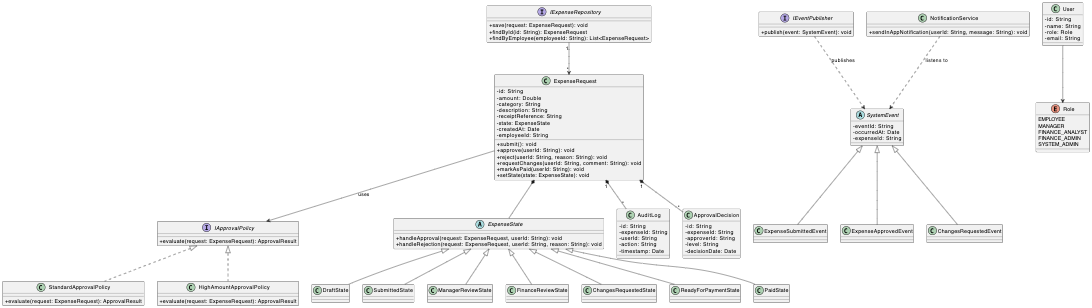
Before: docs/uml/class_diagram.png, a diagram exported from PlantUML (Paula-C3/ExpenseFlow-Proyecto). Its source is kept beside it as docs/uml/class_diagram.puml. Its diagram source:
```plantuml
@startuml
skinparam classAttributeIconSize 0

interface IExpenseRepository {
  + save(request: ExpenseRequest): void
  + findById(id: String): ExpenseRequest
  + findByEmployee(employeeId: String): List<ExpenseRequest>
}

interface IEventPublisher {
  + publish(event: SystemEvent): void
}

interface IApprovalPolicy {
  + evaluate(request: ExpenseRequest): ApprovalResult
}

class StandardApprovalPolicy implements IApprovalPolicy {
  + evaluate(request: ExpenseRequest): ApprovalResult
}

class HighAmountApprovalPolicy implements IApprovalPolicy {
  + evaluate(request: ExpenseRequest): ApprovalResult
}

class User {
  - id: String
  - name: String
  - role: Role
  - email: String
}

enum Role {
  EMPLOYEE
  MANAGER
  FINANCE_ANALYST
  FINANCE_ADMIN
  SYSTEM_ADMIN
}

class ExpenseRequest {
  - id: String
  - amount: Double
  - category: String
  - description: String
  - receiptReference: String
  - state: ExpenseState
  - createdAt: Date
  - employeeId: String
  + submit(): void
  + approve(userId: String): void
  + reject(userId: String, reason: String): void
  + requestChanges(userId: String, comment: String): void
  + markAsPaid(userId: String): void
  + setState(state: ExpenseState): void
}

abstract class ExpenseState {
  + handleApproval(request: ExpenseRequest, userId: String): void
  + handleRejection(request: ExpenseRequest, userId: String, reason: String): void
}

class DraftState extends ExpenseState
class SubmittedState extends ExpenseState
class ManagerReviewState extends ExpenseState
class FinanceReviewState extends ExpenseState
class ChangesRequestedState extends ExpenseState
class ReadyForPaymentState extends ExpenseState
class PaidState extends ExpenseState

abstract class SystemEvent {
  - eventId: String
  - occurredAt: Date
  - expenseId: String
}

class ExpenseSubmittedEvent extends SystemEvent
class ExpenseApprovedEvent extends SystemEvent
class ChangesRequestedEvent extends SystemEvent

class NotificationService {
  + sendInAppNotification(userId: String, message: String): void
}

class AuditLog {
  - id: String
  - expenseId: String
  - userId: String
  - action: String
  - timestamp: Date
}

class ApprovalDecision {
  - id: String
  - expenseId: String
  - approverId: String
  - level: String
  - decisionDate: Date
}

User --> Role
ExpenseRequest *-- ExpenseState
ExpenseRequest --> IApprovalPolicy : "uses"
IEventPublisher ..> SystemEvent : "publishes"
NotificationService ..> SystemEvent : "listens to"
ExpenseRequest "1" *-- "*" ApprovalDecision
ExpenseRequest "1" *-- "*" AuditLog
IExpenseRepository "1" --> "*" ExpenseRequest

@enduml
```
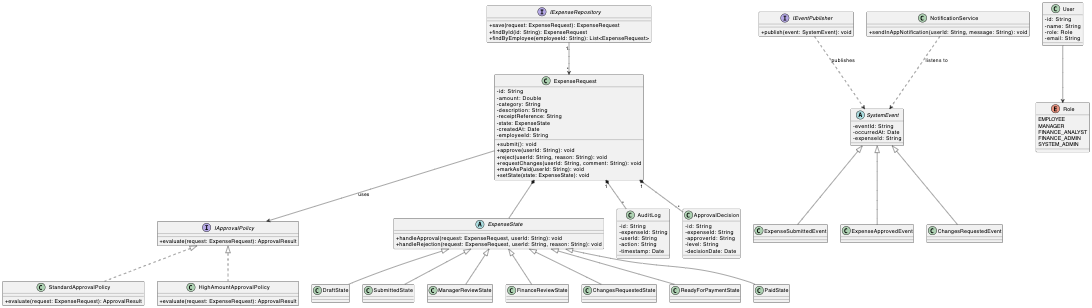
After the change.

Change to the diagram source:
```diff
@@ -2,7 +2,7 @@
 skinparam classAttributeIconSize 0
 
 interface IExpenseRepository {
-  + save(request: ExpenseRequest): void
+  + save(request: ExpenseRequest): ExpenseRequest
   + findById(id: String): ExpenseRequest
   + findByEmployee(employeeId: String): List<ExpenseRequest>
 }
```
